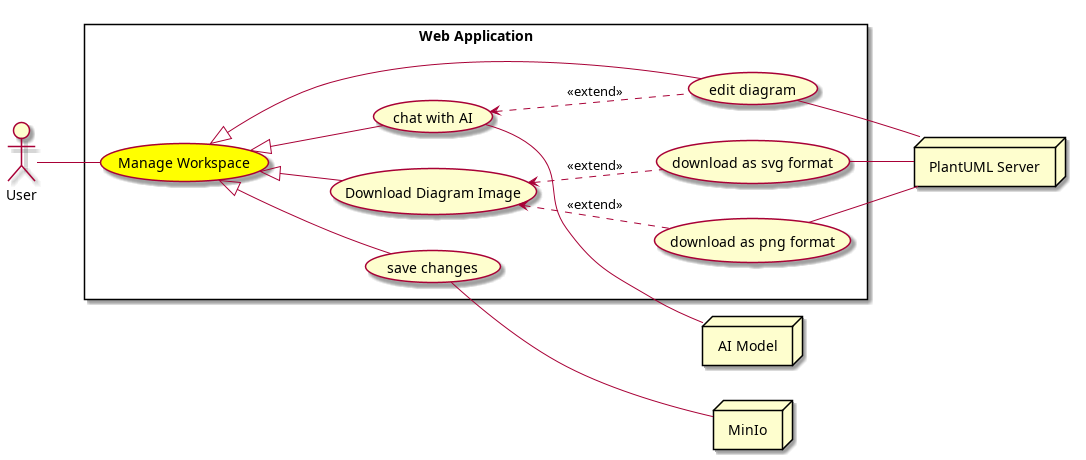
This is conception/SprintIV/use_case_diagrams/refined_use_case_feature_workspace_management.png from souhaib-askri/report_pfe, a PlantUML export, as it was before one commit. Its source is kept beside it as conception/SprintIV/use_case_diagrams/refined_use_case_feature_workspace_management.puml.
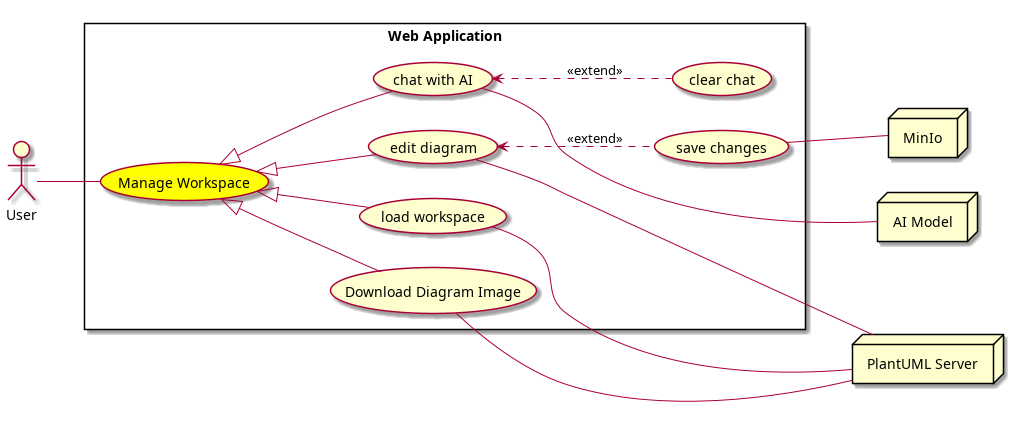
The same diagram one commit later.

Diff of the diagram source:
```diff
@@ -2,36 +2,40 @@
 left to right direction
 
 actor "User" as User
+node "MinIo" as MinIo
 node "AI Model" as AIModel
 node "PlantUML Server" as PlantUMLServer
-node "MinIo" as MinIo
+
 
 rectangle "Web Application" {
     usecase "Manage Workspace" as ManageWorkspace#Yellow
+    usecase "load workspace" as LoadWorkspace
     usecase "chat with AI" as ChatWithAI
+    usecase "clear chat" as ClearChat
     usecase "edit diagram" as EditDiagram
     usecase "save changes" as SaveChanges
 
     usecase "Download Diagram Image" as DownloadDiagramImage
-    usecase "download as svg format" as DownloadSVGFormat
-    usecase "download as png format" as DownloadPNGFormat
+
 }
 
 User -- ManageWorkspace
+ChatWithAI --- AIModel
 
+ManageWorkspace <|-- LoadWorkspace
 ManageWorkspace <|-- ChatWithAI
-ManageWorkspace <|-- SaveChanges
+EditDiagram <.. SaveChanges : <<extend>>
 ManageWorkspace <|-- EditDiagram
 ManageWorkspace <|-- DownloadDiagramImage
-ChatWithAI <.. EditDiagram : <<extend>>
-DownloadDiagramImage <.. DownloadSVGFormat : <<extend>>
-DownloadDiagramImage <.. DownloadPNGFormat : <<extend>>
-DownloadSVGFormat -- PlantUMLServer
-DownloadPNGFormat -- PlantUMLServer
-EditDiagram -- PlantUMLServer
+ChatWithAI <.. ClearChat : <<extend>>
+
+
 SaveChanges -- MinIo
 
-ChatWithAI -- AIModel
+
+DownloadDiagramImage --- PlantUMLServer
+LoadWorkspace --- PlantUMLServer
+EditDiagram --- PlantUMLServer
 
 
 @enduml
```
